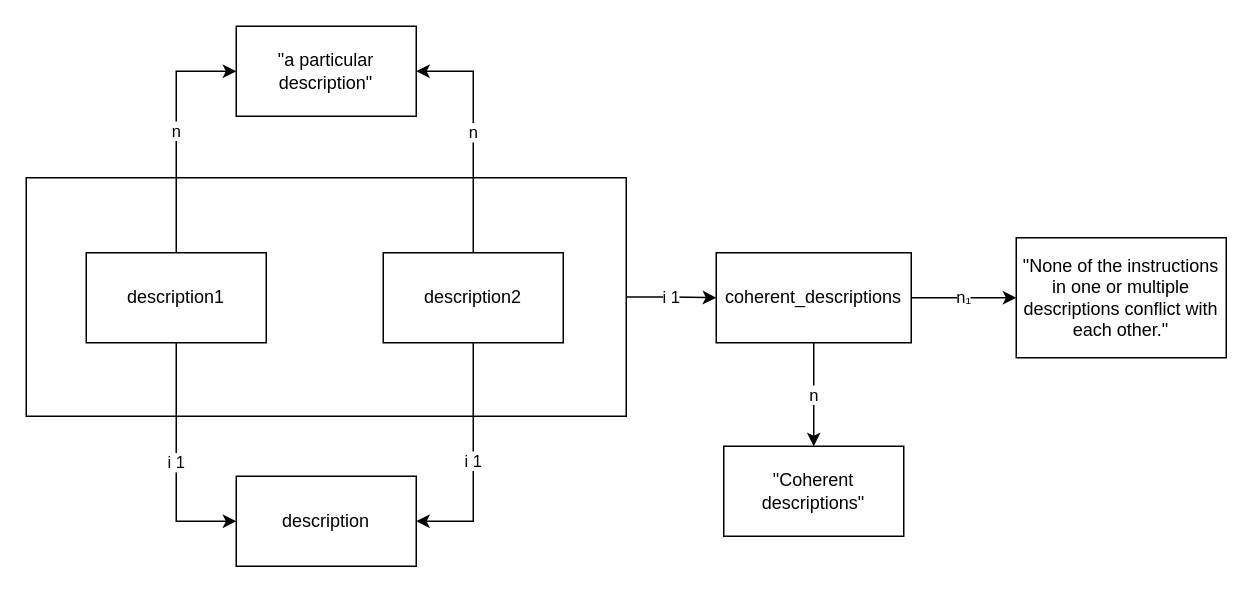
nicebread/scientific_errors keeps this draw.io diagram as page "05-description-coherence" (6 of 11) of model-analysis-errors.drawio. Above is the earlier version. Source tidied: cells renumbered, new cells numbered last; positions are measured from the earlier drawing's top-left corner, leaving out a move shared by most shapes. Both pictures are drawn from the tidied source at 150%, with x=0, y=0 at pixel (26, 26).
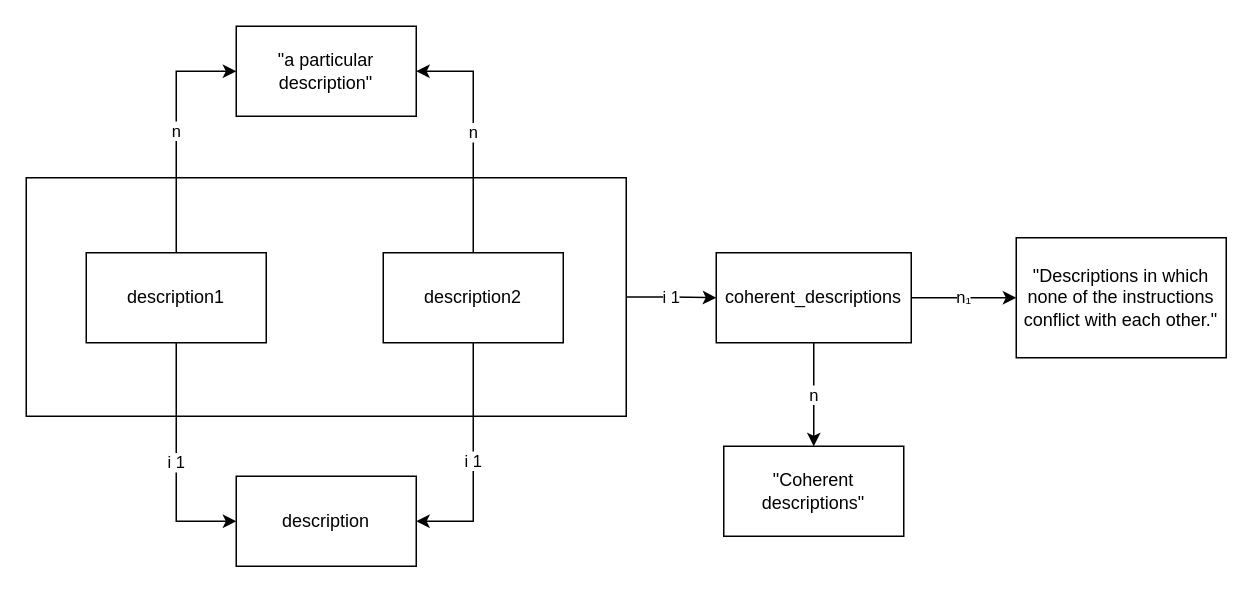
After the change.

Commit message:
Update definition of "coherent descriptions"

Diff of the diagram source:
```diff
@@
-    <mxCell id="4" value="&quot;None of the instructions in one or multiple descriptions conflict with each other.&quot;" style="rounded=0;whiteSpace=wrap;html=1;" parent="1" vertex="1">
+    <mxCell id="4" value="&quot;Descriptions in which none of the instructions conflict with each other.&quot;" style="rounded=0;whiteSpace=wrap;html=1;" parent="1" vertex="1">
       <mxGeometry x="660" y="141" width="140" height="80" as="geometry" />
     </mxCell>
```
